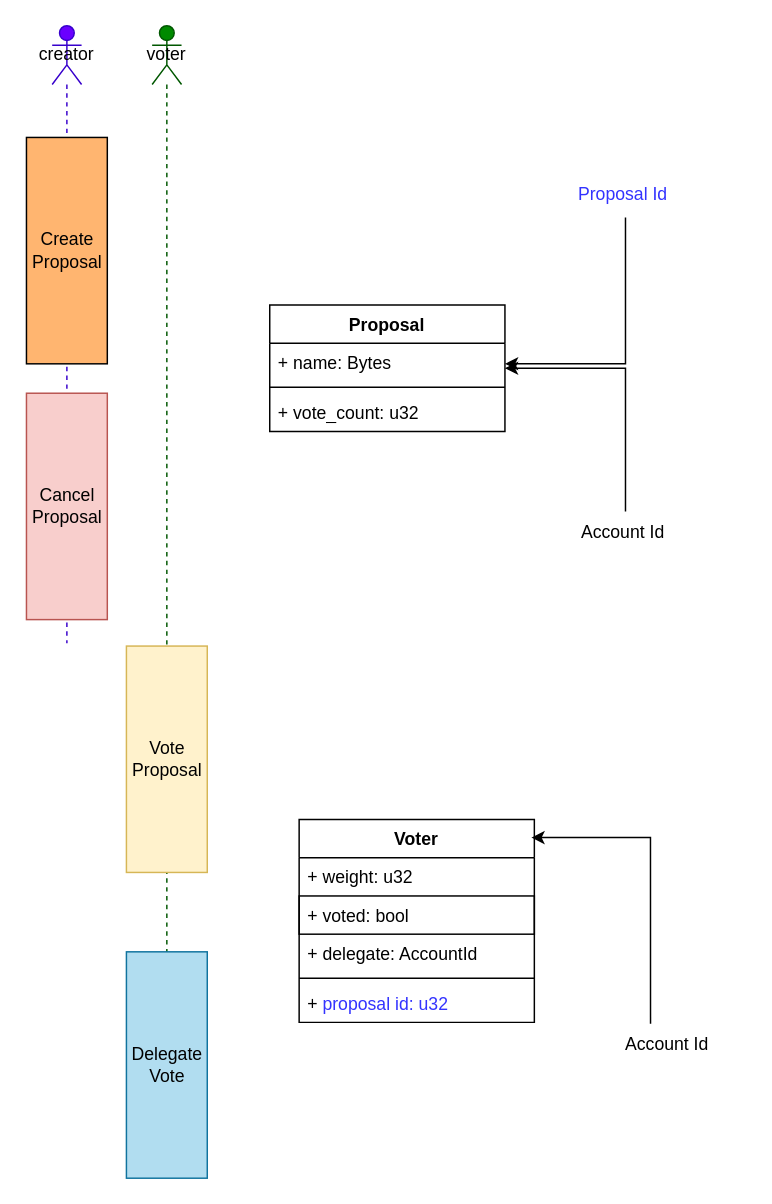
The draw.io diagram img/substrate-playground.drawio in abhi3700/substrate-node-template-self, before the edit. Source tidied: cells renumbered, new cells numbered last; positions are measured from the earlier drawing's top-left corner, leaving out a move shared by most shapes. Both pictures are drawn from the tidied source at 147%, with x=0, y=0 at pixel (25, 25).
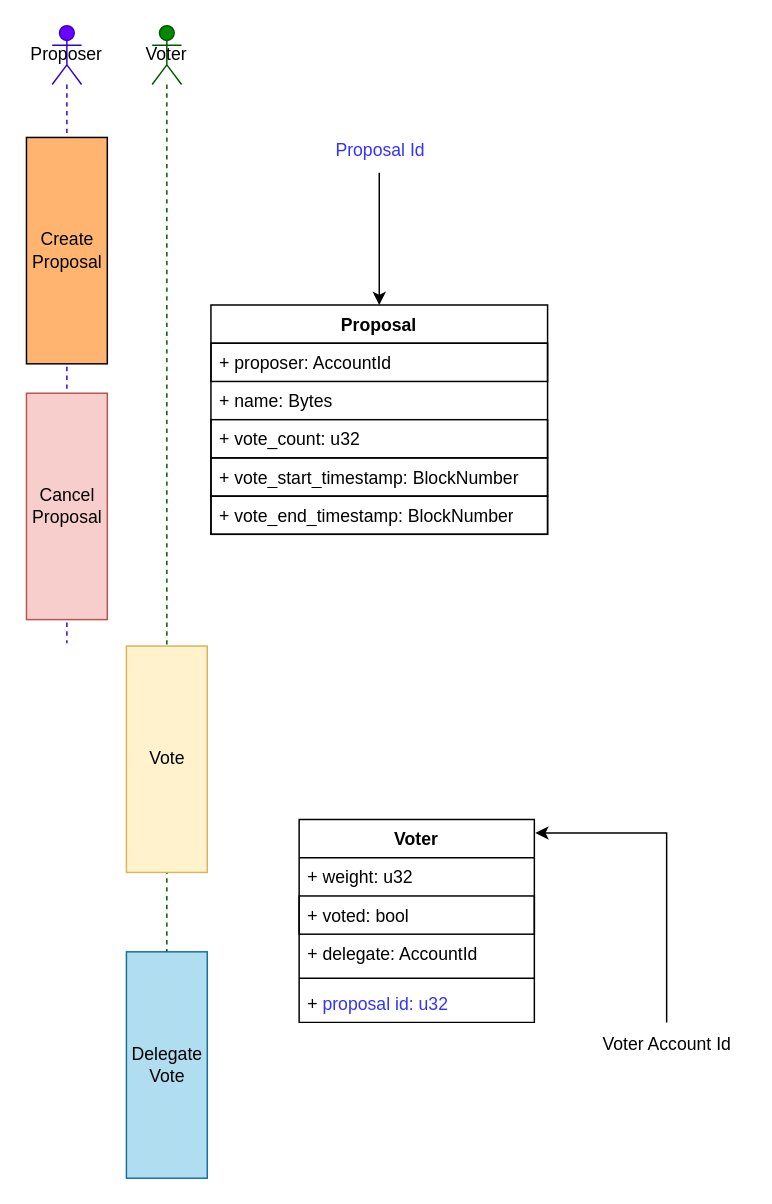
After the change.

The change refers to these unchanged cells:
```xml
<mxCell id="13" value="Voter" style="swimlane;fontStyle=1;align=center;verticalAlign=top;horizontal=1;startSize=26;whiteSpace=wrap;html=1;" parent="1" vertex="1">
  <mxGeometry x="186" y="540" width="160" height="138" as="geometry" />
</mxCell>
```

The edit, as a diff of the source:
```diff
@@
-    <mxCell id="2" style="edgeStyle=orthogonalEdgeStyle;rounded=0;jettySize=auto;html=1;entryX=0.525;entryY=1.017;entryDx=0;entryDy=0;entryPerimeter=0;startArrow=classic;startFill=1;endArrow=none;endFill=0;" parent="1" edge="1" source="4" target="11">
-      <mxGeometry relative="1" as="geometry">
-        <Array as="points">
-          <mxPoint x="408" y="230" />
-        </Array>
-      </mxGeometry>
-    </mxCell>
-    <mxCell id="3" style="edgeStyle=orthogonalEdgeStyle;rounded=0;jettySize=auto;html=1;entryX=0.525;entryY=0.017;entryDx=0;entryDy=0;entryPerimeter=0;startArrow=classic;startFill=1;endArrow=none;endFill=0;" parent="1" edge="1" source="4" target="10">
-      <mxGeometry relative="1" as="geometry" />
-    </mxCell>
     <mxCell id="4" value="Proposal" style="swimlane;fontStyle=1;align=center;verticalAlign=top;horizontal=1;startSize=26;whiteSpace=wrap;html=1;" parent="1" vertex="1">
-      <mxGeometry x="166" y="190" width="160" height="86" as="geometry" />
+      <mxGeometry x="126" y="190" width="229" height="156" as="geometry" />
     </mxCell>
+    <mxCell id="24" value="+ proposer: AccountId" style="text;strokeColor=default;fillColor=none;align=left;verticalAlign=top;spacingLeft=4;spacingRight=4;overflow=hidden;whiteSpace=wrap;html=1;" parent="4" vertex="1">
+      <mxGeometry y="26" width="229" height="26" as="geometry" />
+    </mxCell>
     <mxCell id="5" value="+ name: Bytes" style="text;strokeColor=none;fillColor=none;align=left;verticalAlign=top;spacingLeft=4;spacingRight=4;overflow=hidden;whiteSpace=wrap;html=1;" parent="4" vertex="1">
-      <mxGeometry y="26" width="160" height="26" as="geometry" />
+      <mxGeometry y="52" width="229" height="26" as="geometry" />
     </mxCell>
-    <mxCell id="6" style="line;strokeWidth=1;fillColor=none;align=left;verticalAlign=middle;spacingTop=-1;spacingLeft=3;spacingRight=3;labelPosition=right;strokeColor=inherit;" parent="4" vertex="1">
-      <mxGeometry y="52" width="160" height="8" as="geometry" />
-    </mxCell>
+    <mxCell id="25" value="+ vote_count: u32" style="text;strokeColor=default;fillColor=none;align=left;verticalAlign=top;spacingLeft=4;spacingRight=4;overflow=hidden;whiteSpace=wrap;html=1;" parent="4" vertex="1">
+      <mxGeometry y="78" width="229" height="26" as="geometry" />
+    </mxCell>
+    <mxCell id="26" value="+ vote_start_timestamp: BlockNumber" style="text;strokeColor=default;fillColor=none;align=left;verticalAlign=top;spacingLeft=4;spacingRight=4;overflow=hidden;whiteSpace=wrap;html=1;" parent="4" vertex="1">
+      <mxGeometry y="104" width="229" height="26" as="geometry" />
+    </mxCell>
-    <mxCell id="7" value="+ vote_count: u32" style="text;strokeColor=none;fillColor=none;align=left;verticalAlign=top;spacingLeft=4;spacingRight=4;overflow=hidden;whiteSpace=wrap;html=1;" parent="4" vertex="1">
-      <mxGeometry y="60" width="160" height="26" as="geometry" />
+    <mxCell id="7" value="+ vote_end_timestamp: BlockNumber" style="text;strokeColor=default;fillColor=none;align=left;verticalAlign=top;spacingLeft=4;spacingRight=4;overflow=hidden;whiteSpace=wrap;html=1;" parent="4" vertex="1">
+      <mxGeometry y="130" width="229" height="26" as="geometry" />
     </mxCell>
-    <mxCell id="8" value="&lt;font color=&quot;#000000&quot;&gt;creator&lt;/font&gt;" style="shape=umlLifeline;perimeter=lifelinePerimeter;whiteSpace=wrap;html=1;newEdgeStyle={&quot;edgeStyle&quot;:&quot;elbowEdgeStyle&quot;,&quot;elbow&quot;:&quot;vertical&quot;,&quot;curved&quot;:0,&quot;rounded&quot;:0};participant=umlActor;fillColor=#6a00ff;fontColor=#ffffff;strokeColor=#3700CC;" parent="1" vertex="1">
+    <mxCell id="8" value="&lt;font color=&quot;#000000&quot;&gt;Proposer&lt;/font&gt;" style="shape=umlLifeline;perimeter=lifelinePerimeter;whiteSpace=wrap;html=1;newEdgeStyle={&quot;edgeStyle&quot;:&quot;elbowEdgeStyle&quot;,&quot;elbow&quot;:&quot;vertical&quot;,&quot;curved&quot;:0,&quot;rounded&quot;:0};participant=umlActor;fillColor=#6a00ff;fontColor=#ffffff;strokeColor=#3700CC;" parent="1" vertex="1">
       <mxGeometry x="18" width="20" height="420" as="geometry" />
     </mxCell>
@@
-    <mxCell id="10" value="Account Id" style="text;html=1;align=center;verticalAlign=middle;points=[];strokeColor=none;fillColor=none;" parent="1" vertex="1">
-      <mxGeometry x="366" y="330" width="80" height="30" as="geometry" />
-    </mxCell>
+    <mxCell id="27" style="edgeStyle=orthogonalEdgeStyle;rounded=0;jettySize=auto;html=1;entryX=0.5;entryY=0;entryDx=0;entryDy=0;" parent="1" edge="1" source="11" target="4">
+      <mxGeometry relative="1" as="geometry" />
+    </mxCell>
     <mxCell id="11" value="&lt;font color=&quot;#3333ff&quot;&gt;Proposal Id&lt;/font&gt;" style="text;html=1;align=center;verticalAlign=middle;points=[];strokeColor=none;fillColor=none;" parent="1" vertex="1">
-      <mxGeometry x="366" y="100" width="80" height="30" as="geometry" />
+      <mxGeometry x="200.5" y="70" width="80" height="30" as="geometry" />
     </mxCell>
@@
-    <mxCell id="19" style="edgeStyle=orthogonalEdgeStyle;rounded=0;jettySize=auto;html=1;entryX=0.994;entryY=0.089;entryDx=0;entryDy=0;entryPerimeter=0;exitX=0.363;exitY=0.033;exitDx=0;exitDy=0;exitPerimeter=0;" parent="1" edge="1" source="20">
-      <mxGeometry relative="1" as="geometry">
-        <mxPoint x="344" y="552.3" as="targetPoint" />
-        <Array as="points">
-          <mxPoint x="425" y="552" />
-        </Array>
-      </mxGeometry>
-    </mxCell>
+    <mxCell id="28" style="edgeStyle=orthogonalEdgeStyle;rounded=0;jettySize=auto;html=1;entryX=1.004;entryY=0.066;entryDx=0;entryDy=0;entryPerimeter=0;" parent="1" edge="1" source="20" target="13">
+      <mxGeometry relative="1" as="geometry">
+        <Array as="points">
+          <mxPoint x="436" y="549" />
+        </Array>
+      </mxGeometry>
+    </mxCell>
-    <mxCell id="20" value="Account Id" style="text;html=1;align=center;verticalAlign=middle;points=[];strokeColor=none;fillColor=none;" parent="1" vertex="1">
-      <mxGeometry x="396" y="678" width="80" height="30" as="geometry" />
+    <mxCell id="20" value="Voter Account Id" style="text;html=1;align=center;verticalAlign=middle;points=[];strokeColor=none;fillColor=none;" parent="1" vertex="1">
+      <mxGeometry x="381" y="678" width="110" height="30" as="geometry" />
     </mxCell>
-    <mxCell id="21" value="&lt;font color=&quot;#000000&quot;&gt;voter&lt;/font&gt;" style="shape=umlLifeline;perimeter=lifelinePerimeter;whiteSpace=wrap;html=1;newEdgeStyle={&quot;edgeStyle&quot;:&quot;elbowEdgeStyle&quot;,&quot;elbow&quot;:&quot;vertical&quot;,&quot;curved&quot;:0,&quot;rounded&quot;:0};participant=umlActor;fillColor=#008a00;fontColor=#ffffff;strokeColor=#005700;" parent="1" vertex="1">
+    <mxCell id="21" value="&lt;font color=&quot;#000000&quot;&gt;Voter&lt;br&gt;&lt;/font&gt;" style="shape=umlLifeline;perimeter=lifelinePerimeter;whiteSpace=wrap;html=1;newEdgeStyle={&quot;edgeStyle&quot;:&quot;elbowEdgeStyle&quot;,&quot;elbow&quot;:&quot;vertical&quot;,&quot;curved&quot;:0,&quot;rounded&quot;:0};participant=umlActor;fillColor=#008a00;fontColor=#ffffff;strokeColor=#005700;" parent="1" vertex="1">
       <mxGeometry x="86" width="20" height="760" as="geometry" />
     </mxCell>
-    <mxCell id="22" value="Vote Proposal" style="rounded=0;whiteSpace=wrap;html=1;fillColor=#fff2cc;strokeColor=#d6b656;" parent="1" vertex="1">
+    <mxCell id="22" value="Vote" style="rounded=0;whiteSpace=wrap;html=1;fillColor=#fff2cc;strokeColor=#d6b656;" parent="1" vertex="1">
       <mxGeometry x="68.5" y="422" width="55" height="154" as="geometry" />
     </mxCell>
```
